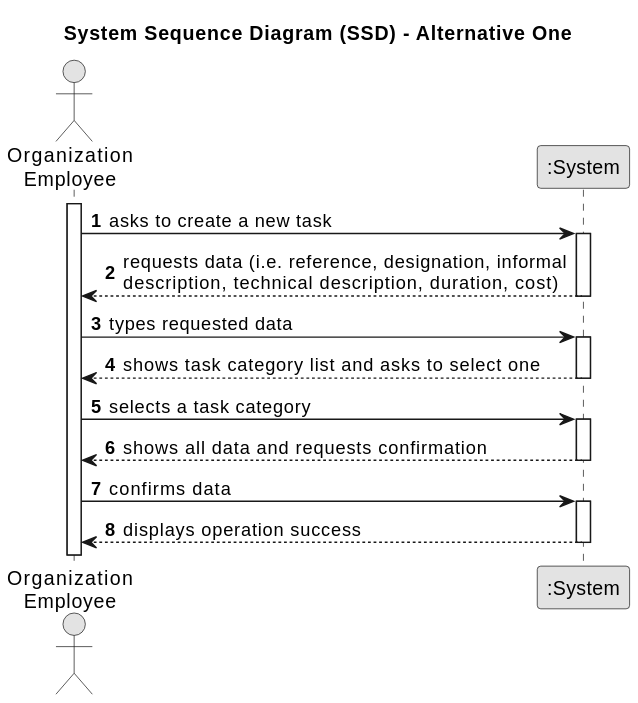
Before: docs/sprintA/us004/01.requirements-engineering/svg/us004-system-sequence-diagram.svg, a diagram exported from PlantUML (Departamento-de-Engenharia-Informatica/lei-24-s2-1dm-g132). Source of this version:
```plantuml
@startuml
skinparam monochrome true
skinparam packageStyle rectangle
skinparam shadowing false

title System Sequence Diagram (SSD) - Alternative One

autonumber

actor "Organization\nEmployee" as Employee
participant ":System" as System

activate Employee

    Employee -> System : asks to create a new task
    activate System

        System --> Employee : requests data (i.e. reference, designation, informal\ndescription, technical description, duration, cost)
    deactivate System

    Employee -> System : types requested data
    activate System

        System --> Employee : shows task category list and asks to select one
    deactivate System

    Employee -> System : selects a task category
    activate System

        System --> Employee : shows all data and requests confirmation
    deactivate System

    Employee -> System : confirms data
    activate System

        System --> Employee : displays operation success
    deactivate System
@enduml
```
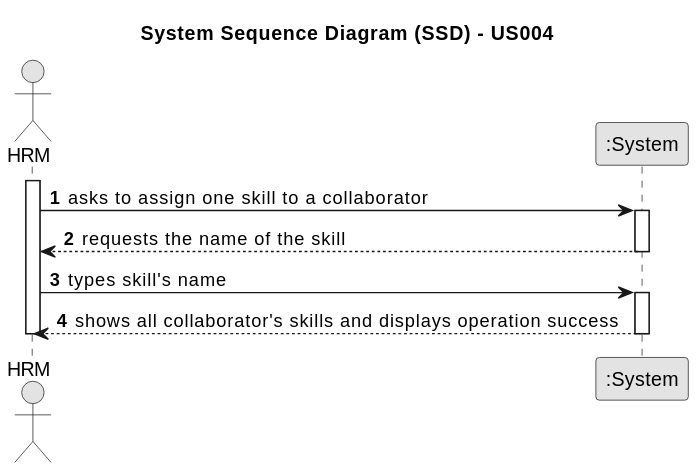
Later version of the same file.

What changed in the source:
```diff
@@ -3,36 +3,26 @@
 skinparam packageStyle rectangle
 skinparam shadowing false
 
-title System Sequence Diagram (SSD) - Alternative One
+title System Sequence Diagram (SSD) - US004
 
 autonumber
 
-actor "Organization\nEmployee" as Employee
+actor "HRM" as Employee
 participant ":System" as System
 
 activate Employee
 
-    Employee -> System : asks to create a new task
+    Employee -> System : asks to assign one skill to a collaborator
     activate System
 
-        System --> Employee : requests data (i.e. reference, designation, informal\ndescription, technical description, duration, cost)
+    System --> Employee : requests the name of the skill
     deactivate System
 
-    Employee -> System : types requested data
+    Employee -> System : types skill's name
     activate System
 
-        System --> Employee : shows task category list and asks to select one
+    System --> Employee : shows all collaborator's skills and displays operation success
     deactivate System
 
-    Employee -> System : selects a task category
-    activate System
-
-        System --> Employee : shows all data and requests confirmation
-    deactivate System
-
-    Employee -> System : confirms data
-    activate System
-
-        System --> Employee : displays operation success
-    deactivate System
+deactivate Employee
 @enduml
```
